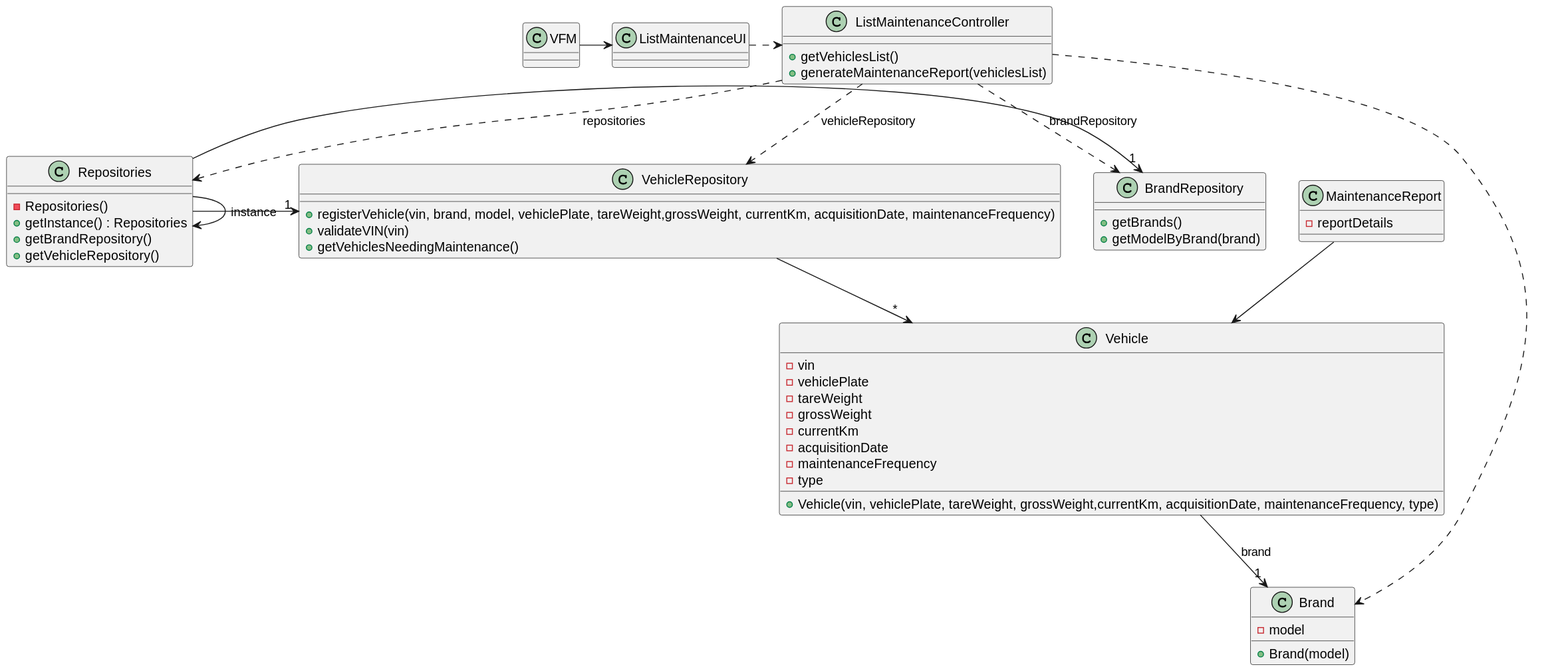
The PlantUML diagram docs/sprintB/us008/03.design/svg/us008-class-diagram.svg in ricardomm7/leaflink, before a commit.
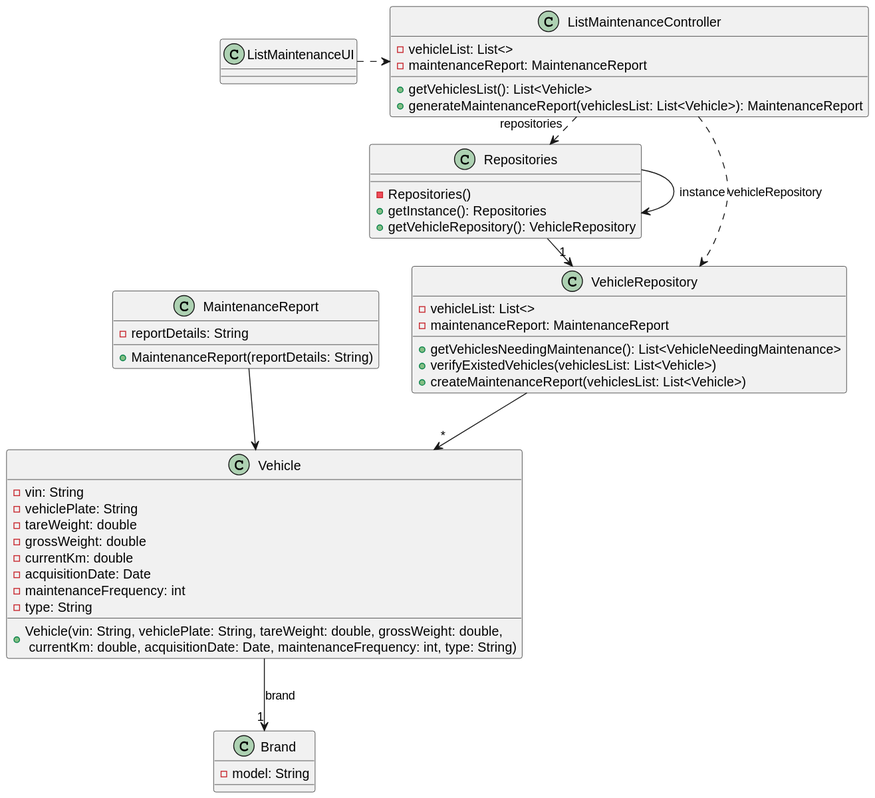
Above is the later version.

Diff of the diagram source:
```diff
@@ -3,61 +3,56 @@
 skinparam shadowing false
 skinparam line type polyline
 
-class VFM {
+class ListMaintenanceUI{
 }
 
-class Vehicle {
-    - vin
-    - vehiclePlate
-    - tareWeight
-    - grossWeight
-    - currentKm
-    - acquisitionDate
-    - maintenanceFrequency
-    - type
+class ListMaintenanceController {
+    - vehicleList: List<>
+    - maintenanceReport: MaintenanceReport
 
-    + Vehicle(vin, vehiclePlate, tareWeight, grossWeight,currentKm, acquisitionDate, maintenanceFrequency, type)
-}
-
-class Brand {
-    - model
-
-    + Brand(model)
-}
-
-class VehicleRepository {
-    + registerVehicle(vin, brand, model, vehiclePlate, tareWeight,grossWeight, currentKm, acquisitionDate, maintenanceFrequency)
-    + validateVIN(vin)
-    + getVehiclesNeedingMaintenance()
-}
-
-class BrandRepository {
-    + getBrands()
-    + getModelByBrand(brand)
-}
-
-class MaintenanceReport {
-    - reportDetails
+    + getVehiclesList(): List<Vehicle>
+    + generateMaintenanceReport(vehiclesList: List<Vehicle>): MaintenanceReport
 }
 
 class Repositories {
     - Repositories()
-    + getInstance() : Repositories
-    + getBrandRepository()
-    + getVehicleRepository()
+    + getInstance(): Repositories
+    + getVehicleRepository(): VehicleRepository
 }
 
-class ListMaintenanceController {
-    + getVehiclesList()
-    + generateMaintenanceReport(vehiclesList)
+class VehicleRepository {
+    - vehicleList: List<>
+    - maintenanceReport: MaintenanceReport
+
+    + getVehiclesNeedingMaintenance(): List<VehicleNeedingMaintenance>
+    + verifyExistedVehicles(vehiclesList: List<Vehicle>)
+    + createMaintenanceReport(vehiclesList: List<Vehicle>)
 }
 
-class ListMaintenanceUI {
+class Vehicle {
+    - vin: String
+    - vehiclePlate: String
+    - tareWeight: double
+    - grossWeight: double
+    - currentKm: double
+    - acquisitionDate: Date
+    - maintenanceFrequency: int
+    - type: String
+
+    + Vehicle(vin: String, vehiclePlate: String, tareWeight: double, grossWeight: double, \n currentKm: double, acquisitionDate: Date, maintenanceFrequency: int, type: String)
+}
+
+class Brand {
+    - model: String
+}
+
+class MaintenanceReport {
+    - reportDetails: String
+    + MaintenanceReport(reportDetails: String)
 }
 
 
 
-VFM -> ListMaintenanceUI
 
 Repositories -> Repositories : instance
 
@@ -73,10 +68,5 @@
 
 Vehicle --> "1" Brand : brand
 
-Repositories -> "1" BrandRepository
-
-ListMaintenanceController ..> Brand
-ListMaintenanceController ..> BrandRepository : brandRepository
-
 MaintenanceReport --> Vehicle
 @enduml
```
